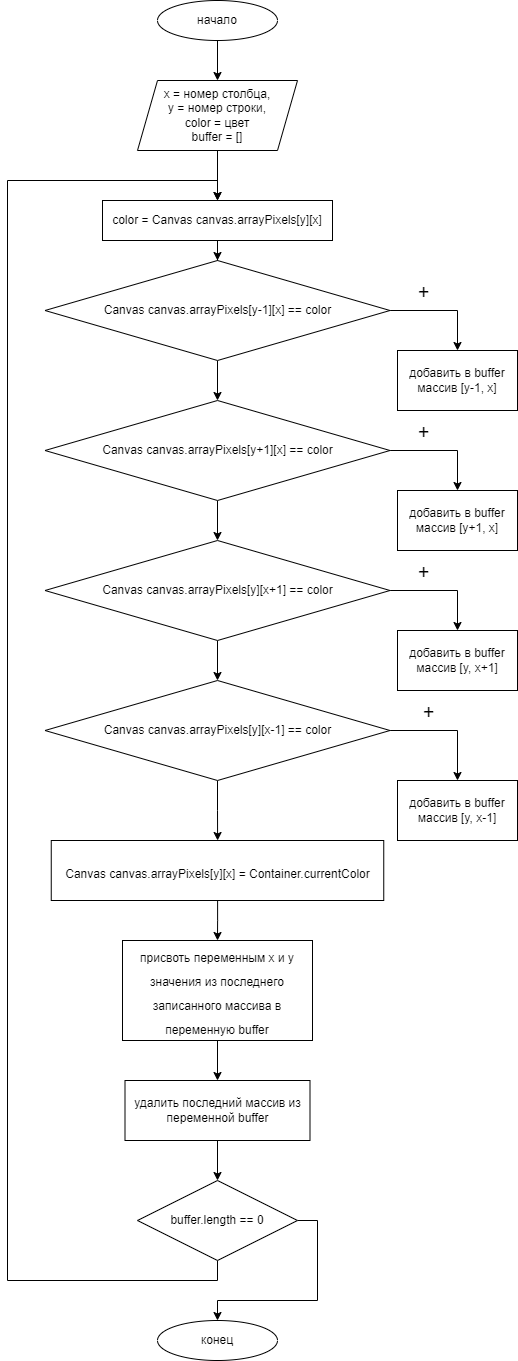
Tetro7/PixLab keeps this draw.io diagram as Docs/Блок-схемы/заливка-блок-схема.png. Above is the earlier version. Source tidied: cells renumbered, new cells last; positions are measured from the earlier drawing's top-left corner, leaving out a move shared by most shapes. Its diagram source:
```xml
<mxGraphModel>
  <root>
    <mxCell id="0" />
    <mxCell id="1" parent="0" />
    <mxCell id="2" style="edgeStyle=orthogonalEdgeStyle;rounded=0;jettySize=auto;html=1;exitX=0.5;exitY=1;exitDx=0;exitDy=0;entryX=0.5;entryY=0;entryDx=0;entryDy=0;" parent="1" edge="1" source="3" target="5">
      <mxGeometry relative="1" as="geometry" />
    </mxCell>
    <mxCell id="3" value="начало" style="ellipse;whiteSpace=wrap;html=1;" parent="1" vertex="1">
      <mxGeometry x="150" width="120" height="40" as="geometry" />
    </mxCell>
    <mxCell id="4" style="edgeStyle=orthogonalEdgeStyle;rounded=0;jettySize=auto;html=1;fontSize=12;" parent="1" edge="1" source="5" target="36">
      <mxGeometry relative="1" as="geometry" />
    </mxCell>
    <mxCell id="5" value="x = номер столбца,&lt;br&gt;y = номер строки,&lt;br&gt;color = цвет&lt;br&gt;buffer = []" style="shape=parallelogram;perimeter=parallelogramPerimeter;whiteSpace=wrap;html=1;fixedSize=1;" parent="1" vertex="1">
      <mxGeometry x="130" y="80" width="160" height="70" as="geometry" />
    </mxCell>
    <mxCell id="6" style="edgeStyle=orthogonalEdgeStyle;rounded=0;jettySize=auto;html=1;exitX=1;exitY=0.5;exitDx=0;exitDy=0;entryX=0.5;entryY=0;entryDx=0;entryDy=0;" parent="1" edge="1" source="9" target="10">
      <mxGeometry relative="1" as="geometry" />
    </mxCell>
    <mxCell id="7" value="+" style="edgeLabel;html=1;align=center;verticalAlign=middle;fontSize=20;" parent="6" vertex="1">
      <mxGeometry x="0.01" y="-1" relative="1" as="geometry">
        <mxPoint x="-21" y="-21" as="offset" />
      </mxGeometry>
    </mxCell>
    <mxCell id="8" style="edgeStyle=orthogonalEdgeStyle;rounded=0;jettySize=auto;html=1;exitX=0.5;exitY=1;exitDx=0;exitDy=0;entryX=0.5;entryY=0;entryDx=0;entryDy=0;fontSize=20;" parent="1" edge="1" source="9" target="14">
      <mxGeometry relative="1" as="geometry" />
    </mxCell>
    <mxCell id="9" value="Canvas canvas.arrayPixels[y-1][x] == color" style="rhombus;whiteSpace=wrap;html=1;" parent="1" vertex="1">
      <mxGeometry x="37.5" y="260" width="345" height="100" as="geometry" />
    </mxCell>
    <mxCell id="10" value="добавить в buffer&lt;br&gt;массив [y-1, x]" style="rounded=0;whiteSpace=wrap;html=1;" parent="1" vertex="1">
      <mxGeometry x="390" y="350" width="120" height="60" as="geometry" />
    </mxCell>
    <mxCell id="11" style="edgeStyle=orthogonalEdgeStyle;rounded=0;jettySize=auto;html=1;exitX=1;exitY=0.5;exitDx=0;exitDy=0;entryX=0.5;entryY=0;entryDx=0;entryDy=0;" parent="1" edge="1" source="14" target="15">
      <mxGeometry relative="1" as="geometry" />
    </mxCell>
    <mxCell id="12" value="+" style="edgeLabel;html=1;align=center;verticalAlign=middle;fontSize=20;" parent="11" vertex="1">
      <mxGeometry x="0.01" y="-1" relative="1" as="geometry">
        <mxPoint x="-21" y="-21" as="offset" />
      </mxGeometry>
    </mxCell>
    <mxCell id="13" style="edgeStyle=orthogonalEdgeStyle;rounded=0;jettySize=auto;html=1;fontSize=20;" parent="1" edge="1" source="14" target="19">
      <mxGeometry relative="1" as="geometry" />
    </mxCell>
    <mxCell id="14" value="Canvas canvas.arrayPixels[y+1][x] == color" style="rhombus;whiteSpace=wrap;html=1;" parent="1" vertex="1">
      <mxGeometry x="37.5" y="400" width="345" height="100" as="geometry" />
    </mxCell>
    <mxCell id="15" value="добавить в buffer&lt;br&gt;массив [y+1, x]" style="rounded=0;whiteSpace=wrap;html=1;" parent="1" vertex="1">
      <mxGeometry x="390" y="490" width="120" height="60" as="geometry" />
    </mxCell>
    <mxCell id="16" style="edgeStyle=orthogonalEdgeStyle;rounded=0;jettySize=auto;html=1;exitX=1;exitY=0.5;exitDx=0;exitDy=0;entryX=0.5;entryY=0;entryDx=0;entryDy=0;" parent="1" edge="1" source="19" target="20">
      <mxGeometry relative="1" as="geometry" />
    </mxCell>
    <mxCell id="17" value="+" style="edgeLabel;html=1;align=center;verticalAlign=middle;fontSize=20;" parent="16" vertex="1">
      <mxGeometry x="0.01" y="-1" relative="1" as="geometry">
        <mxPoint x="-21" y="-21" as="offset" />
      </mxGeometry>
    </mxCell>
    <mxCell id="18" style="edgeStyle=orthogonalEdgeStyle;rounded=0;jettySize=auto;html=1;fontSize=20;" parent="1" edge="1" source="19" target="24">
      <mxGeometry relative="1" as="geometry" />
    </mxCell>
    <mxCell id="19" value="Canvas canvas.arrayPixels[y][x+1] == color" style="rhombus;whiteSpace=wrap;html=1;" parent="1" vertex="1">
      <mxGeometry x="37.5" y="540" width="345" height="100" as="geometry" />
    </mxCell>
    <mxCell id="20" value="добавить в buffer&lt;br&gt;массив [y, x+1]" style="rounded=0;whiteSpace=wrap;html=1;" parent="1" vertex="1">
      <mxGeometry x="390" y="630" width="120" height="60" as="geometry" />
    </mxCell>
    <mxCell id="21" style="edgeStyle=orthogonalEdgeStyle;rounded=0;jettySize=auto;html=1;exitX=1;exitY=0.5;exitDx=0;exitDy=0;entryX=0.5;entryY=0;entryDx=0;entryDy=0;" parent="1" edge="1" source="24" target="25">
      <mxGeometry relative="1" as="geometry" />
    </mxCell>
    <mxCell id="22" value="+" style="edgeLabel;html=1;align=center;verticalAlign=middle;fontSize=20;" parent="21" vertex="1">
      <mxGeometry x="0.01" y="-1" relative="1" as="geometry">
        <mxPoint x="-21" y="-21" as="offset" />
      </mxGeometry>
    </mxCell>
    <mxCell id="23" style="edgeStyle=orthogonalEdgeStyle;rounded=0;jettySize=auto;html=1;fontSize=20;" parent="1" edge="1" source="24" target="27">
      <mxGeometry relative="1" as="geometry" />
    </mxCell>
    <mxCell id="24" value="Canvas canvas.arrayPixels[y][x-1] == color" style="rhombus;whiteSpace=wrap;html=1;" parent="1" vertex="1">
      <mxGeometry x="37.5" y="680" width="345" height="100" as="geometry" />
    </mxCell>
    <mxCell id="25" value="добавить в buffer&lt;br&gt;массив [y, x-1]" style="rounded=0;whiteSpace=wrap;html=1;" parent="1" vertex="1">
      <mxGeometry x="390" y="780" width="120" height="60" as="geometry" />
    </mxCell>
    <mxCell id="26" style="edgeStyle=orthogonalEdgeStyle;rounded=0;jettySize=auto;html=1;fontSize=21;" parent="1" edge="1" source="27" target="29">
      <mxGeometry relative="1" as="geometry" />
    </mxCell>
    <mxCell id="27" value="&lt;span style=&quot;font-size: 12px;&quot;&gt;Canvas canvas.arrayPixels[y][x] = Container.currentColor&lt;/span&gt;" style="rounded=0;whiteSpace=wrap;html=1;fontSize=20;" parent="1" vertex="1">
      <mxGeometry x="43.8" y="840" width="332.5" height="60" as="geometry" />
    </mxCell>
    <mxCell id="28" style="edgeStyle=orthogonalEdgeStyle;rounded=0;jettySize=auto;html=1;fontSize=12;" parent="1" edge="1" source="29" target="31">
      <mxGeometry relative="1" as="geometry" />
    </mxCell>
    <mxCell id="29" value="&lt;span style=&quot;font-size: 12px;&quot;&gt;присвоть переменным x и y значения из последнего записанного массива в переменную buffer&lt;/span&gt;" style="rounded=0;whiteSpace=wrap;html=1;fontSize=20;" parent="1" vertex="1">
      <mxGeometry x="115" y="940" width="190" height="100" as="geometry" />
    </mxCell>
    <mxCell id="30" style="edgeStyle=orthogonalEdgeStyle;rounded=0;jettySize=auto;html=1;fontSize=12;" parent="1" edge="1" source="31" target="34">
      <mxGeometry relative="1" as="geometry" />
    </mxCell>
    <mxCell id="31" value="&lt;p style=&quot;font-size: 12px;&quot;&gt;удалить последний массив из переменной buffer&lt;/p&gt;" style="rounded=0;whiteSpace=wrap;html=1;fontSize=21;" parent="1" vertex="1">
      <mxGeometry x="117.5" y="1080" width="185" height="60" as="geometry" />
    </mxCell>
    <mxCell id="32" style="edgeStyle=orthogonalEdgeStyle;rounded=0;jettySize=auto;html=1;exitX=0.5;exitY=1;exitDx=0;exitDy=0;entryX=0.5;entryY=0;entryDx=0;entryDy=0;fontSize=12;" parent="1" edge="1" source="34" target="36">
      <mxGeometry relative="1" as="geometry">
        <Array as="points">
          <mxPoint x="210" y="1280" />
          <mxPoint y="1280" />
          <mxPoint y="180" />
          <mxPoint x="210" y="180" />
        </Array>
      </mxGeometry>
    </mxCell>
    <mxCell id="33" style="edgeStyle=orthogonalEdgeStyle;rounded=0;jettySize=auto;html=1;exitX=1;exitY=0.5;exitDx=0;exitDy=0;entryX=0.5;entryY=0;entryDx=0;entryDy=0;fontSize=12;" parent="1" edge="1" source="34" target="37">
      <mxGeometry relative="1" as="geometry">
        <Array as="points">
          <mxPoint x="310" y="1220" />
          <mxPoint x="310" y="1300" />
          <mxPoint x="210" y="1300" />
        </Array>
      </mxGeometry>
    </mxCell>
    <mxCell id="34" value="buffer.length == 0" style="rhombus;whiteSpace=wrap;html=1;fontSize=12;" parent="1" vertex="1">
      <mxGeometry x="130" y="1180" width="160" height="80" as="geometry" />
    </mxCell>
    <mxCell id="35" style="edgeStyle=orthogonalEdgeStyle;rounded=0;jettySize=auto;html=1;fontSize=12;" parent="1" edge="1" source="36" target="9">
      <mxGeometry relative="1" as="geometry" />
    </mxCell>
    <mxCell id="36" value="color = Canvas canvas.arrayPixels[y][x]" style="rounded=0;whiteSpace=wrap;html=1;fontSize=12;" parent="1" vertex="1">
      <mxGeometry x="95" y="200" width="230" height="40" as="geometry" />
    </mxCell>
    <mxCell id="37" value="конец" style="ellipse;whiteSpace=wrap;html=1;" parent="1" vertex="1">
      <mxGeometry x="150" y="1320" width="120" height="40" as="geometry" />
    </mxCell>
  </root>
</mxGraphModel>
```
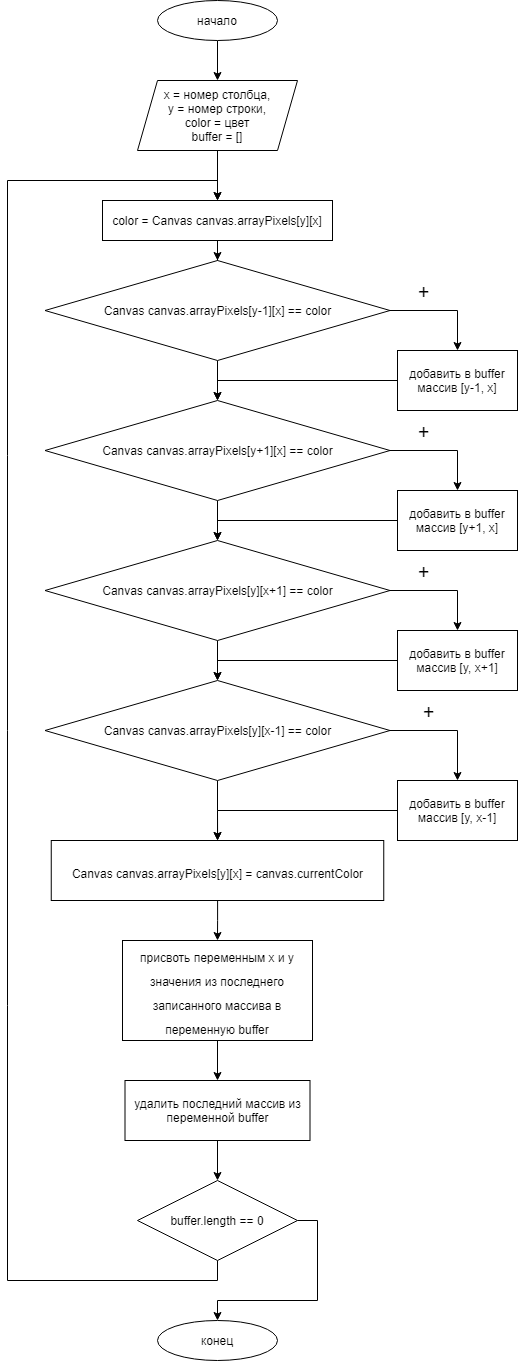
The same file after the commit.

The edit, as a diff of the source:
```diff
@@ -28,6 +28,9 @@
     <mxCell id="9" value="Canvas canvas.arrayPixels[y-1][x] == color" style="rhombus;whiteSpace=wrap;html=1;" parent="1" vertex="1">
       <mxGeometry x="37.5" y="260" width="345" height="100" as="geometry" />
     </mxCell>
+    <mxCell id="38" style="edgeStyle=orthogonalEdgeStyle;rounded=0;jettySize=auto;html=1;entryX=0.5;entryY=0;entryDx=0;entryDy=0;" parent="1" edge="1" source="10" target="14">
+      <mxGeometry relative="1" as="geometry" />
+    </mxCell>
     <mxCell id="10" value="добавить в buffer&lt;br&gt;массив [y-1, x]" style="rounded=0;whiteSpace=wrap;html=1;" parent="1" vertex="1">
       <mxGeometry x="390" y="350" width="120" height="60" as="geometry" />
     </mxCell>
@@ -45,6 +48,9 @@
     <mxCell id="14" value="Canvas canvas.arrayPixels[y+1][x] == color" style="rhombus;whiteSpace=wrap;html=1;" parent="1" vertex="1">
       <mxGeometry x="37.5" y="400" width="345" height="100" as="geometry" />
     </mxCell>
+    <mxCell id="39" style="edgeStyle=orthogonalEdgeStyle;rounded=0;jettySize=auto;html=1;entryX=0.5;entryY=0;entryDx=0;entryDy=0;" parent="1" edge="1" source="15" target="19">
+      <mxGeometry relative="1" as="geometry" />
+    </mxCell>
     <mxCell id="15" value="добавить в buffer&lt;br&gt;массив [y+1, x]" style="rounded=0;whiteSpace=wrap;html=1;" parent="1" vertex="1">
       <mxGeometry x="390" y="490" width="120" height="60" as="geometry" />
     </mxCell>
@@ -62,6 +68,9 @@
     <mxCell id="19" value="Canvas canvas.arrayPixels[y][x+1] == color" style="rhombus;whiteSpace=wrap;html=1;" parent="1" vertex="1">
       <mxGeometry x="37.5" y="540" width="345" height="100" as="geometry" />
     </mxCell>
+    <mxCell id="40" style="edgeStyle=orthogonalEdgeStyle;rounded=0;jettySize=auto;html=1;entryX=0.5;entryY=0;entryDx=0;entryDy=0;" parent="1" edge="1" source="20" target="24">
+      <mxGeometry relative="1" as="geometry" />
+    </mxCell>
     <mxCell id="20" value="добавить в buffer&lt;br&gt;массив [y, x+1]" style="rounded=0;whiteSpace=wrap;html=1;" parent="1" vertex="1">
       <mxGeometry x="390" y="630" width="120" height="60" as="geometry" />
     </mxCell>
@@ -79,13 +88,16 @@
     <mxCell id="24" value="Canvas canvas.arrayPixels[y][x-1] == color" style="rhombus;whiteSpace=wrap;html=1;" parent="1" vertex="1">
       <mxGeometry x="37.5" y="680" width="345" height="100" as="geometry" />
     </mxCell>
+    <mxCell id="41" style="edgeStyle=orthogonalEdgeStyle;rounded=0;jettySize=auto;html=1;entryX=0.5;entryY=0;entryDx=0;entryDy=0;" parent="1" edge="1" source="25" target="27">
+      <mxGeometry relative="1" as="geometry" />
+    </mxCell>
     <mxCell id="25" value="добавить в buffer&lt;br&gt;массив [y, x-1]" style="rounded=0;whiteSpace=wrap;html=1;" parent="1" vertex="1">
       <mxGeometry x="390" y="780" width="120" height="60" as="geometry" />
     </mxCell>
     <mxCell id="26" style="edgeStyle=orthogonalEdgeStyle;rounded=0;jettySize=auto;html=1;fontSize=21;" parent="1" edge="1" source="27" target="29">
       <mxGeometry relative="1" as="geometry" />
     </mxCell>
-    <mxCell id="27" value="&lt;span style=&quot;font-size: 12px;&quot;&gt;Canvas canvas.arrayPixels[y][x] = Container.currentColor&lt;/span&gt;" style="rounded=0;whiteSpace=wrap;html=1;fontSize=20;" parent="1" vertex="1">
+    <mxCell id="27" value="&lt;span style=&quot;font-size: 12px&quot;&gt;Canvas canvas.arrayPixels[y][x] = canvas.currentColor&lt;/span&gt;" style="rounded=0;whiteSpace=wrap;html=1;fontSize=20;" parent="1" vertex="1">
       <mxGeometry x="43.8" y="840" width="332.5" height="60" as="geometry" />
     </mxCell>
     <mxCell id="28" style="edgeStyle=orthogonalEdgeStyle;rounded=0;jettySize=auto;html=1;fontSize=12;" parent="1" edge="1" source="29" target="31">
```
